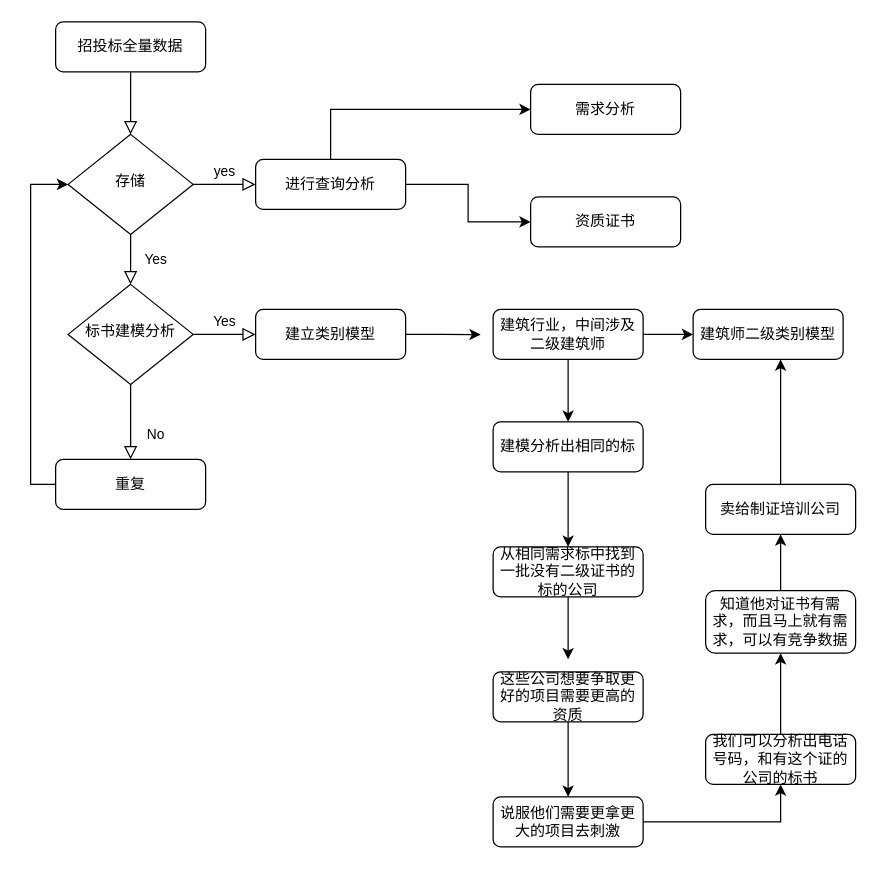
cooper147/dr_report keeps this draw.io diagram as 未命名绘图.drawio. Above is the earlier version. Source tidied: cells renumbered, new cells numbered last; positions are measured from the earlier drawing's top-left corner, leaving out a move shared by most shapes. Both pictures are drawn from the tidied source at 125%, with x=0, y=0 at pixel (55, 21).
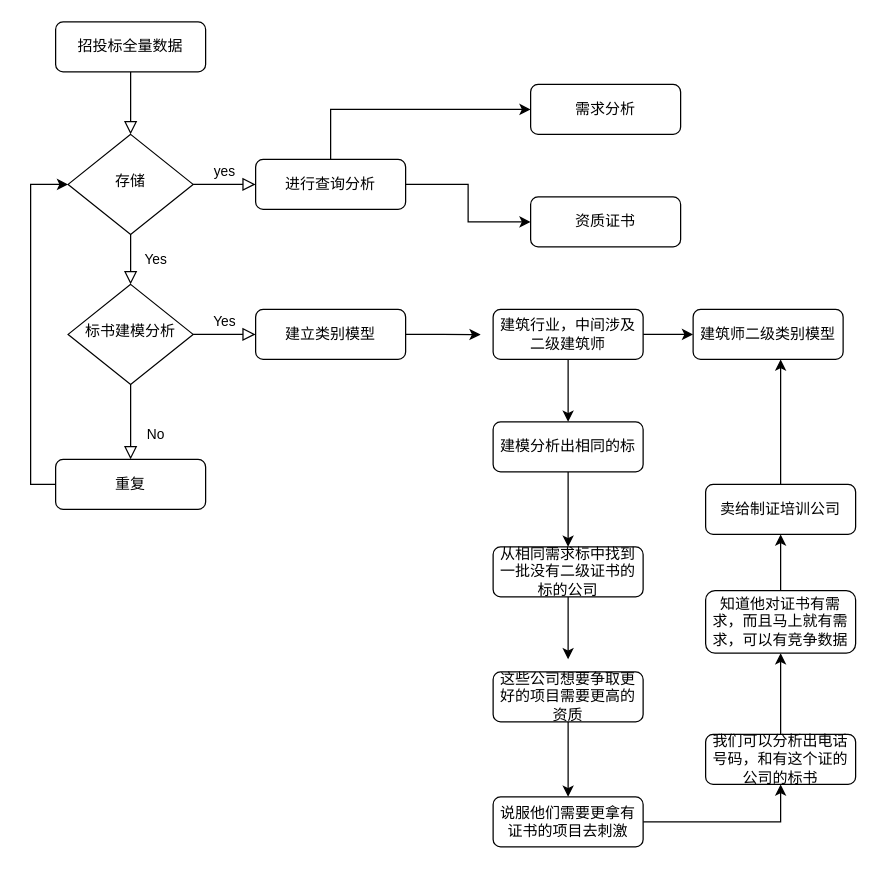
After the change.

Commit message:
更新未命名绘图.drawio

The edit, as a diff of the source:
```diff
@@
-    <mxCell id="28" value="说服他们需要更拿更大的项目去刺激" style="rounded=1;whiteSpace=wrap;html=1;fontSize=12;glass=0;strokeWidth=1;shadow=0;" parent="1" vertex="1">
+    <mxCell id="28" value="说服他们需要更拿有证书的项目去刺激" style="rounded=1;whiteSpace=wrap;html=1;fontSize=12;glass=0;strokeWidth=1;shadow=0;" parent="1" vertex="1">
       <mxGeometry x="350" y="620" width="120" height="40" as="geometry" />
     </mxCell>
```
